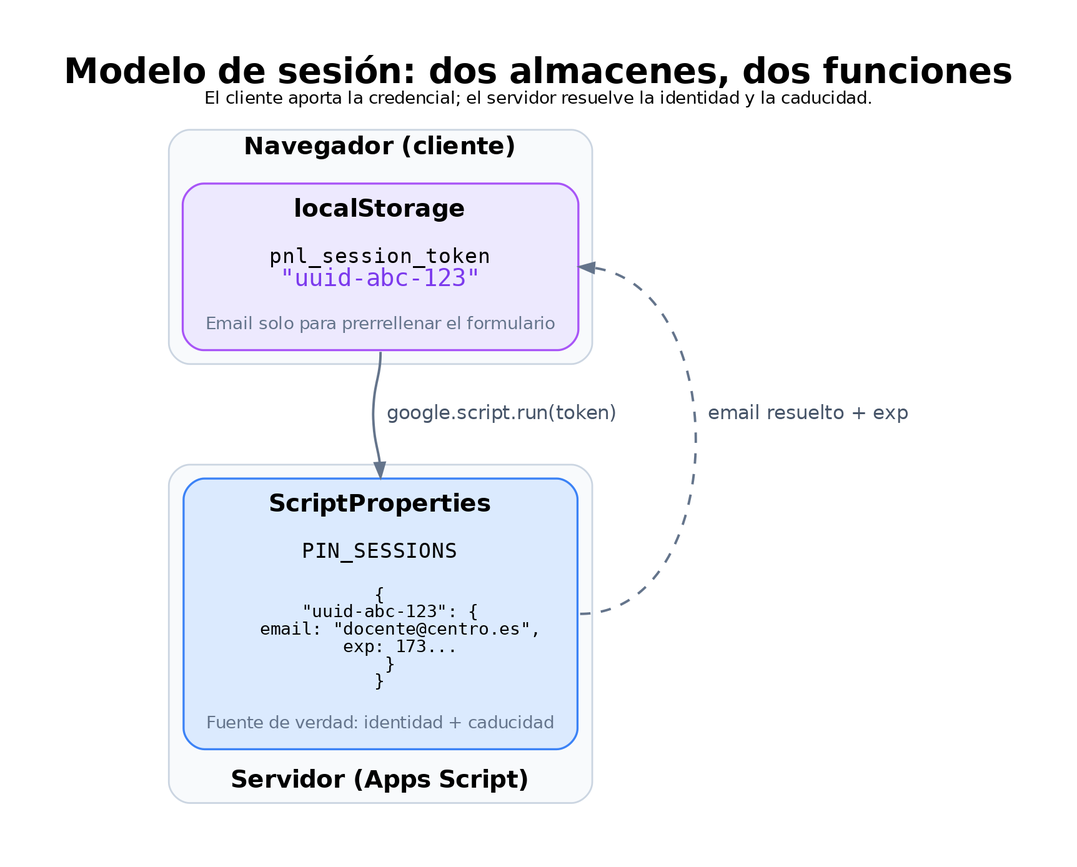
Before: docs/images/session-model.png, a diagram exported from Graphviz (pfelipm/panel-dedicacion-no-lectiva). Its source is kept beside it as docs/images/session-model.dot.
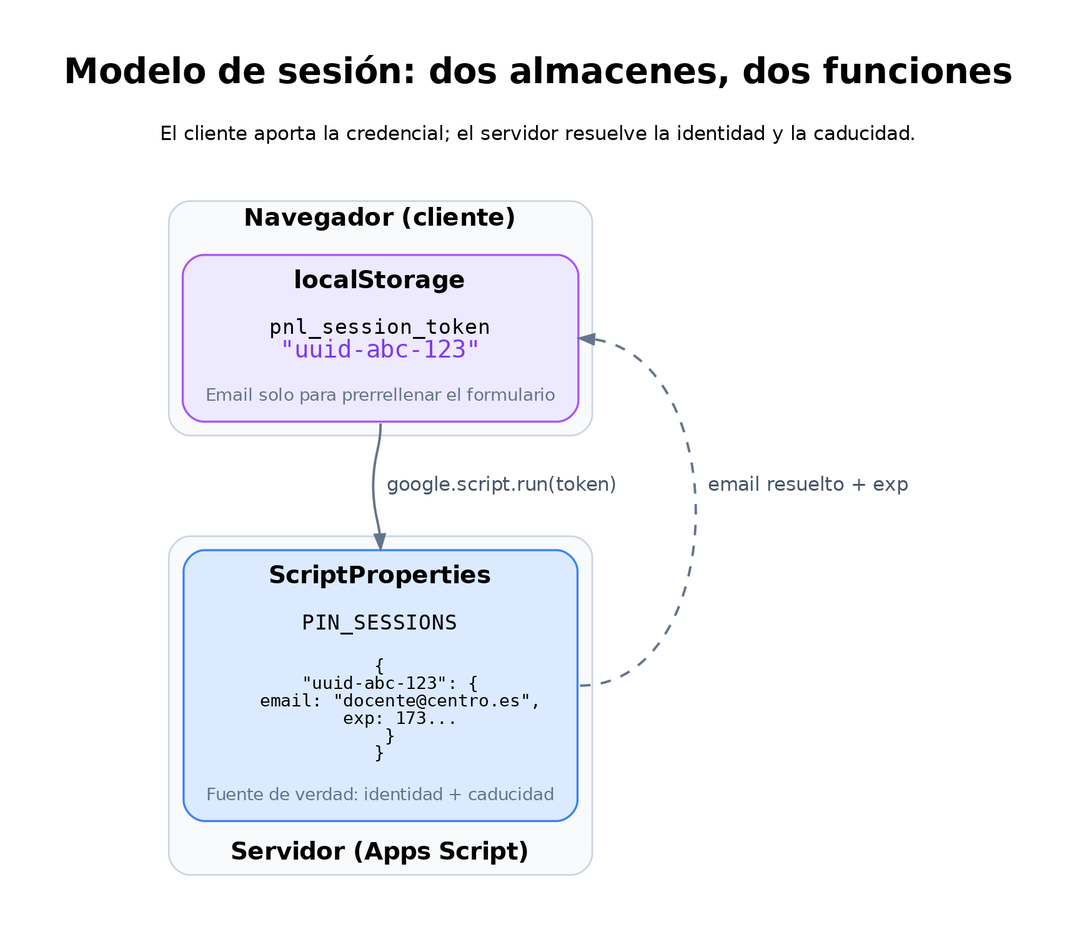
Later version of the same file.

Commit message:
docs: mejorar contraste y espaciado de banner y diagramas

Change to the diagram source:
```diff
@@ -6,7 +6,7 @@
     nodesep="0.50",
     ranksep="0.85",
     fontname="DejaVu Sans",
-    label=<<B>Modelo de sesión: dos almacenes, dos funciones</B><BR/><FONT POINT-SIZE="10">El cliente aporta la credencial; el servidor resuelve la identidad y la caducidad.</FONT>>,
+    label=<<B>Modelo de sesión: dos almacenes, dos funciones</B><BR/><BR/><FONT POINT-SIZE="11">El cliente aporta la credencial; el servidor resuelve la identidad y la caducidad.</FONT><BR/><BR/>>,
     labelloc="t",
     fontsize=20
   ];
```
